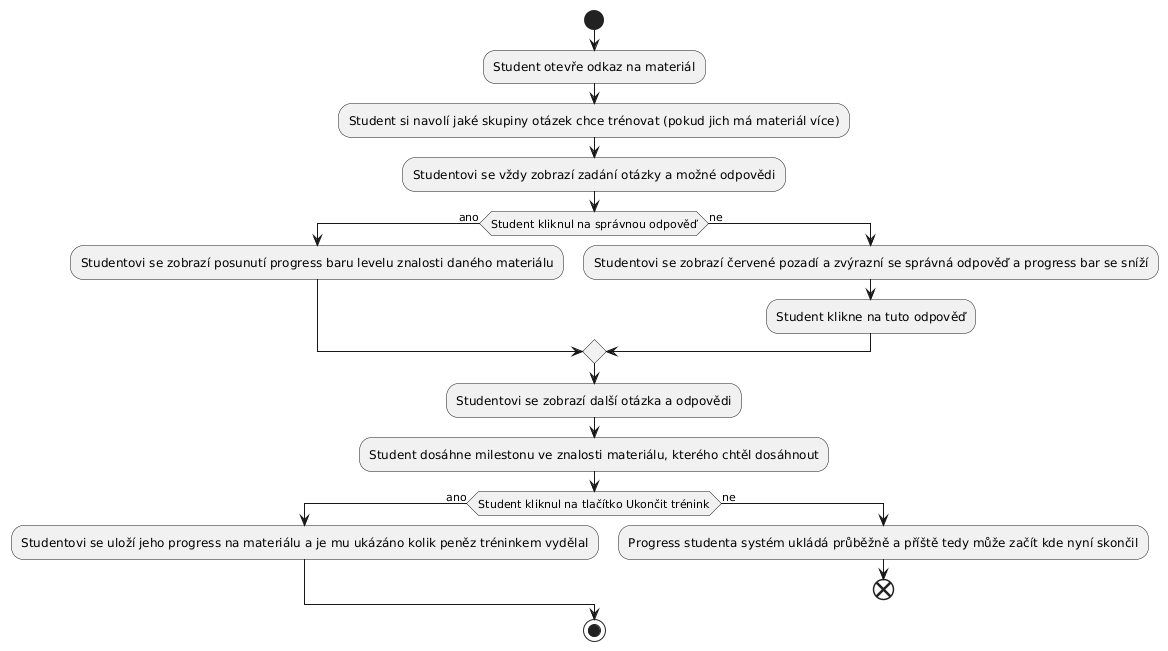
This is activity_diagrams/AD-009.png from SmartGourd/NSWI041, a PlantUML export, as it was before one commit. The source it was exported from:
```plantuml
@startuml
start
:Student otevře odkaz na materiál;
:Student si navolí jaké skupiny otázek chce trénovat (pokud jich má materiál více);
:Studentovi se vždy zobrazí zadání otázky a možné odpovědi;
if (Student kliknul na správnou odpověď) then (ano)
:Studentovi se zobrazí posunutí progress baru levelu znalosti daného materiálu;
else (ne)
:Studentovi se zobrazí červené pozadí a zvýrazní se správná odpověď a progress bar se sníží;
:Student klikne na tuto odpověď;
endif
:Studentovi se zobrazí další otázka a odpovědi;
:Student dosáhne milestonu ve znalosti materiálu, kterého chtěl dosáhnout;
if (Student kliknul na tlačítko Ukončit trénink) then (ano)
:Studentovi se uloží jeho progress na materiálu a je mu ukázáno kolik peněz tréninkem vydělal;
else (ne)
:Progress studenta systém ukládá průběžně a příště tedy může začít kde nyní skončil;
end
endif
stop
@enduml
```
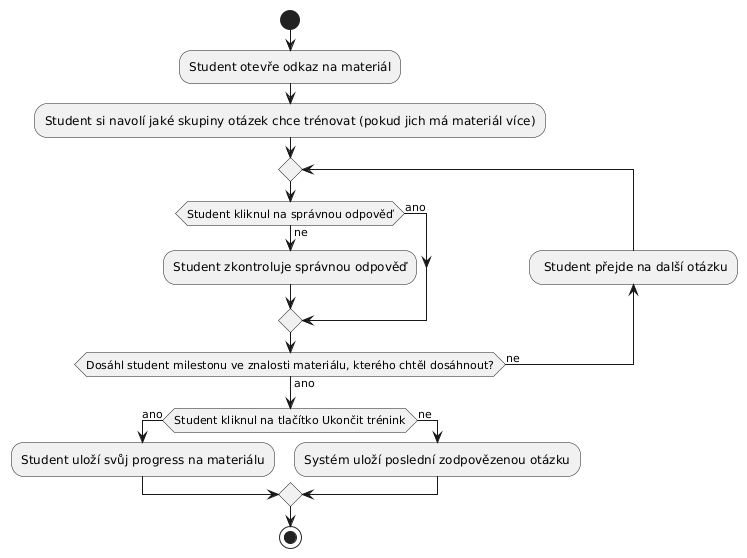
After the commit.

Diff of the diagram source:
```diff
@@ -2,20 +2,17 @@
 start
 :Student otevře odkaz na materiál;
 :Student si navolí jaké skupiny otázek chce trénovat (pokud jich má materiál více);
-:Studentovi se vždy zobrazí zadání otázky a možné odpovědi;
+repeat
 if (Student kliknul na správnou odpověď) then (ano)
-:Studentovi se zobrazí posunutí progress baru levelu znalosti daného materiálu;
 else (ne)
-:Studentovi se zobrazí červené pozadí a zvýrazní se správná odpověď a progress bar se sníží;
-:Student klikne na tuto odpověď;
+:Student zkontroluje správnou odpověď;
 endif
-:Studentovi se zobrazí další otázka a odpovědi;
-:Student dosáhne milestonu ve znalosti materiálu, kterého chtěl dosáhnout;
+Backward: Student přejde na další otázku;
+repeat while (Dosáhl student milestonu ve znalosti materiálu, kterého chtěl dosáhnout?) is (ne) not (ano)
 if (Student kliknul na tlačítko Ukončit trénink) then (ano)
-:Studentovi se uloží jeho progress na materiálu a je mu ukázáno kolik peněz tréninkem vydělal;
+:Student uloží svůj progress na materiálu;
 else (ne)
-:Progress studenta systém ukládá průběžně a příště tedy může začít kde nyní skončil;
-end
+:Systém uloží poslední zodpovězenou otázku;
 endif
 stop
 @enduml
```
